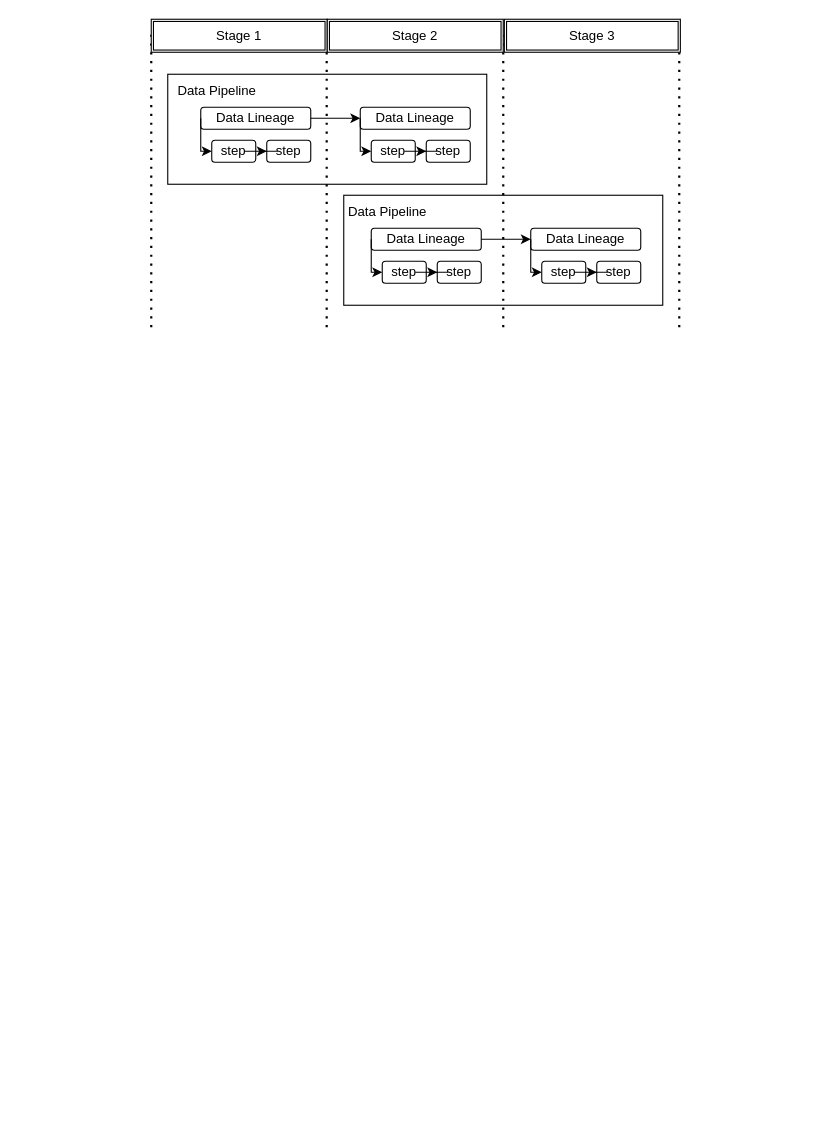
Above: Untitled Diagram.drawio in huynx81/huynx81 (draw.io), before the change. Source tidied: cells renumbered, new cells numbered last; positions are measured from the earlier drawing's top-left corner, leaving out a move shared by most shapes. Both pictures are drawn from the tidied source at 110%, with x=0, y=0 at pixel (151, 19).
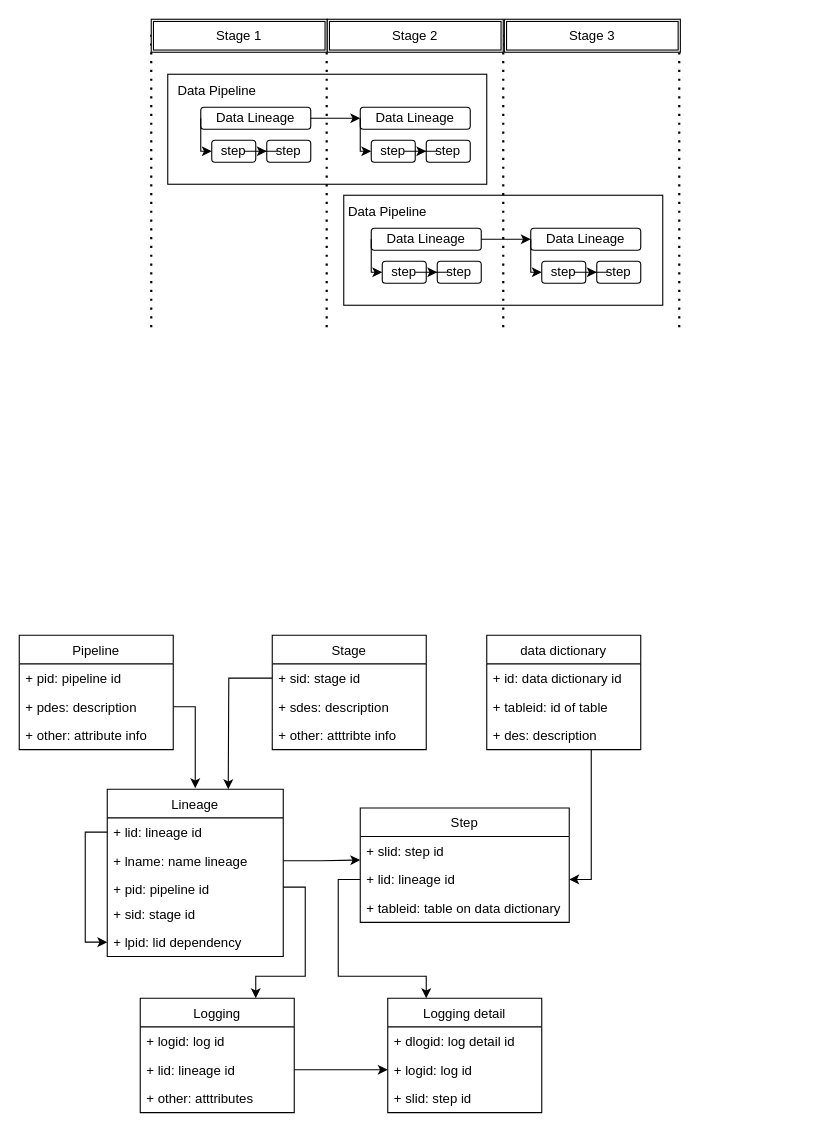
The same page after the edit.

The edit, as a diff of the source:
```diff
@@
+    <mxCell id="41" value="Pipeline" style="swimlane;fontStyle=0;horizontal=1;startSize=26;fillColor=none;" parent="1" vertex="1">
+      <mxGeometry x="-120" y="560" width="140" height="104" as="geometry" />
+    </mxCell>
+    <mxCell id="42" value="+ pid: pipeline id" style="text;strokeColor=none;fillColor=none;align=left;verticalAlign=top;spacingLeft=4;spacingRight=4;overflow=hidden;" parent="41" vertex="1">
+      <mxGeometry y="26" width="140" height="26" as="geometry" />
+    </mxCell>
+    <mxCell id="43" value="+ pdes: description" style="text;strokeColor=none;fillColor=none;align=left;verticalAlign=top;spacingLeft=4;spacingRight=4;overflow=hidden;points=[[0,0.5],[1,0.5]];portConstraint=eastwest;" parent="41" vertex="1">
+      <mxGeometry y="52" width="140" height="26" as="geometry" />
+    </mxCell>
+    <mxCell id="44" value="+ other: attribute info" style="text;strokeColor=none;fillColor=none;align=left;verticalAlign=top;spacingLeft=4;spacingRight=4;overflow=hidden;" parent="41" vertex="1">
+      <mxGeometry y="78" width="140" height="26" as="geometry" />
+    </mxCell>
+    <mxCell id="45" value="Stage" style="swimlane;fontStyle=0;horizontal=1;startSize=26;fillColor=none;" parent="1" vertex="1">
+      <mxGeometry x="110" y="560" width="140" height="104" as="geometry" />
+    </mxCell>
+    <mxCell id="46" value="+ sid: stage id" style="text;strokeColor=none;fillColor=none;align=left;verticalAlign=top;spacingLeft=4;spacingRight=4;overflow=hidden;points=[[0,0.5],[1,0.5]];portConstraint=eastwest;" parent="45" vertex="1">
+      <mxGeometry y="26" width="140" height="26" as="geometry" />
+    </mxCell>
+    <mxCell id="47" value="+ sdes: description" style="text;strokeColor=none;fillColor=none;align=left;verticalAlign=top;spacingLeft=4;spacingRight=4;overflow=hidden;" parent="45" vertex="1">
+      <mxGeometry y="52" width="140" height="26" as="geometry" />
+    </mxCell>
+    <mxCell id="48" value="+ other: atttribte info" style="text;strokeColor=none;fillColor=none;align=left;verticalAlign=top;spacingLeft=4;spacingRight=4;overflow=hidden;" parent="45" vertex="1">
+      <mxGeometry y="78" width="140" height="26" as="geometry" />
+    </mxCell>
+    <mxCell id="49" value="Lineage" style="swimlane;fontStyle=0;horizontal=1;startSize=26;fillColor=none;" parent="1" vertex="1">
+      <mxGeometry x="-40" y="700" width="160" height="152" as="geometry" />
+    </mxCell>
+    <mxCell id="50" style="edgeStyle=orthogonalEdgeStyle;rounded=0;jettySize=auto;html=1;entryX=0;entryY=0.5;entryDx=0;entryDy=0;" parent="49" edge="1" source="51" target="55">
+      <mxGeometry relative="1" as="geometry" />
+    </mxCell>
+    <mxCell id="51" value="+ lid: lineage id" style="text;strokeColor=none;fillColor=none;align=left;verticalAlign=top;spacingLeft=4;spacingRight=4;overflow=hidden;points=[[0,0.5],[1,0.5]];portConstraint=eastwest;" parent="49" vertex="1">
+      <mxGeometry y="26" width="160" height="26" as="geometry" />
+    </mxCell>
+    <mxCell id="52" value="+ lname: name lineage" style="text;strokeColor=none;fillColor=none;align=left;verticalAlign=top;spacingLeft=4;spacingRight=4;overflow=hidden;points=[[0,0.5],[1,0.5]];portConstraint=eastwest;" parent="49" vertex="1">
+      <mxGeometry y="52" width="160" height="26" as="geometry" />
+    </mxCell>
+    <mxCell id="53" value="+ pid: pipeline id" style="text;strokeColor=none;fillColor=none;align=left;verticalAlign=top;spacingLeft=4;spacingRight=4;overflow=hidden;points=[[0,0.5],[1,0.5]];portConstraint=eastwest;" parent="49" vertex="1">
+      <mxGeometry y="78" width="160" height="22" as="geometry" />
+    </mxCell>
+    <mxCell id="54" value="+ sid: stage id" style="text;strokeColor=none;fillColor=none;align=left;verticalAlign=top;spacingLeft=4;spacingRight=4;overflow=hidden;" parent="49" vertex="1">
+      <mxGeometry y="100" width="160" height="26" as="geometry" />
+    </mxCell>
+    <mxCell id="55" value="+ lpid: lid dependency" style="text;strokeColor=none;fillColor=none;align=left;verticalAlign=top;spacingLeft=4;spacingRight=4;overflow=hidden;points=[[0,0.5],[1,0.5]];portConstraint=eastwest;" parent="49" vertex="1">
+      <mxGeometry y="126" width="160" height="26" as="geometry" />
+    </mxCell>
+    <mxCell id="56" value="Step" style="swimlane;fontStyle=0;horizontal=1;startSize=26;fillColor=none;" parent="1" vertex="1">
+      <mxGeometry x="190" y="717" width="190" height="104" as="geometry" />
+    </mxCell>
+    <mxCell id="57" value="+ slid: step id" style="text;strokeColor=none;fillColor=none;align=left;verticalAlign=top;spacingLeft=4;spacingRight=4;overflow=hidden;points=[[0,0.5],[1,0.5]];portConstraint=eastwest;" parent="56" vertex="1">
+      <mxGeometry y="26" width="190" height="26" as="geometry" />
+    </mxCell>
+    <mxCell id="58" value="+ lid: lineage id" style="text;strokeColor=none;fillColor=none;align=left;verticalAlign=top;spacingLeft=4;spacingRight=4;overflow=hidden;points=[[0,0.5],[1,0.5]];portConstraint=eastwest;" parent="56" vertex="1">
+      <mxGeometry y="52" width="190" height="26" as="geometry" />
+    </mxCell>
+    <mxCell id="59" value="+ tableid: table on data dictionary" style="text;strokeColor=none;fillColor=none;align=left;verticalAlign=top;spacingLeft=4;spacingRight=4;overflow=hidden;" parent="56" vertex="1">
+      <mxGeometry y="78" width="190" height="26" as="geometry" />
+    </mxCell>
+    <mxCell id="60" value="Logging detail" style="swimlane;fontStyle=0;horizontal=1;startSize=26;fillColor=none;" parent="1" vertex="1">
+      <mxGeometry x="215" y="890" width="140" height="104" as="geometry" />
+    </mxCell>
+    <mxCell id="61" value="+ dlogid: log detail id" style="text;strokeColor=none;fillColor=none;align=left;verticalAlign=top;spacingLeft=4;spacingRight=4;overflow=hidden;" parent="60" vertex="1">
+      <mxGeometry y="26" width="140" height="26" as="geometry" />
+    </mxCell>
+    <mxCell id="62" value="+ logid: log id" style="text;strokeColor=none;fillColor=none;align=left;verticalAlign=top;spacingLeft=4;spacingRight=4;overflow=hidden;points=[[0,0.5],[1,0.5]];portConstraint=eastwest;" parent="60" vertex="1">
+      <mxGeometry y="52" width="140" height="26" as="geometry" />
+    </mxCell>
+    <mxCell id="63" value="+ slid: step id" style="text;strokeColor=none;fillColor=none;align=left;verticalAlign=top;spacingLeft=4;spacingRight=4;overflow=hidden;" parent="60" vertex="1">
+      <mxGeometry y="78" width="140" height="26" as="geometry" />
+    </mxCell>
+    <mxCell id="64" value="Logging" style="swimlane;fontStyle=0;horizontal=1;startSize=26;fillColor=none;" parent="1" vertex="1">
+      <mxGeometry x="-10" y="890" width="140" height="104" as="geometry" />
+    </mxCell>
+    <mxCell id="65" value="+ logid: log id" style="text;strokeColor=none;fillColor=none;align=left;verticalAlign=top;spacingLeft=4;spacingRight=4;overflow=hidden;" parent="64" vertex="1">
+      <mxGeometry y="26" width="140" height="26" as="geometry" />
+    </mxCell>
+    <mxCell id="66" value="+ lid: lineage id" style="text;strokeColor=none;fillColor=none;align=left;verticalAlign=top;spacingLeft=4;spacingRight=4;overflow=hidden;points=[[0,0.5],[1,0.5]];portConstraint=eastwest;" parent="64" vertex="1">
+      <mxGeometry y="52" width="140" height="26" as="geometry" />
+    </mxCell>
+    <mxCell id="67" value="+ other: atttributes" style="text;strokeColor=none;fillColor=none;align=left;verticalAlign=top;spacingLeft=4;spacingRight=4;overflow=hidden;" parent="64" vertex="1">
+      <mxGeometry y="78" width="140" height="26" as="geometry" />
+    </mxCell>
+    <mxCell id="68" value="data dictionary" style="swimlane;fontStyle=0;horizontal=1;startSize=26;fillColor=none;" parent="1" vertex="1">
+      <mxGeometry x="305" y="560" width="140" height="104" as="geometry" />
+    </mxCell>
+    <mxCell id="69" value="+ id: data dictionary id" style="text;strokeColor=none;fillColor=none;align=left;verticalAlign=top;spacingLeft=4;spacingRight=4;overflow=hidden;" parent="68" vertex="1">
+      <mxGeometry y="26" width="140" height="26" as="geometry" />
+    </mxCell>
+    <mxCell id="70" value="+ tableid: id of table" style="text;strokeColor=none;fillColor=none;align=left;verticalAlign=top;spacingLeft=4;spacingRight=4;overflow=hidden;" parent="68" vertex="1">
+      <mxGeometry y="52" width="140" height="26" as="geometry" />
+    </mxCell>
+    <mxCell id="71" value="+ des: description" style="text;strokeColor=none;fillColor=none;align=left;verticalAlign=top;spacingLeft=4;spacingRight=4;overflow=hidden;points=[[0,0.5],[1,0.5]];portConstraint=eastwest;" parent="68" vertex="1">
+      <mxGeometry y="78" width="140" height="26" as="geometry" />
+    </mxCell>
+    <mxCell id="72" style="edgeStyle=orthogonalEdgeStyle;rounded=0;jettySize=auto;html=1;entryX=0;entryY=0.821;entryDx=0;entryDy=0;entryPerimeter=0;exitX=1;exitY=0.5;exitDx=0;exitDy=0;" parent="1" edge="1" source="52" target="57">
+      <mxGeometry relative="1" as="geometry" />
+    </mxCell>
+    <mxCell id="73" style="edgeStyle=orthogonalEdgeStyle;rounded=0;jettySize=auto;html=1;entryX=1;entryY=0.5;entryDx=0;entryDy=0;" parent="1" edge="1" source="71" target="58">
+      <mxGeometry relative="1" as="geometry">
+        <Array as="points">
+          <mxPoint x="400" y="782" />
+        </Array>
+      </mxGeometry>
+    </mxCell>
+    <mxCell id="74" style="edgeStyle=orthogonalEdgeStyle;rounded=0;jettySize=auto;html=1;" parent="1" edge="1" source="43">
+      <mxGeometry relative="1" as="geometry">
+        <mxPoint x="40" y="699" as="targetPoint" />
+        <Array as="points">
+          <mxPoint x="40" y="625" />
+          <mxPoint x="40" y="699" />
+        </Array>
+      </mxGeometry>
+    </mxCell>
+    <mxCell id="75" style="edgeStyle=orthogonalEdgeStyle;rounded=0;jettySize=auto;html=1;" parent="1" edge="1" source="46">
+      <mxGeometry relative="1" as="geometry">
+        <mxPoint x="70" y="700" as="targetPoint" />
+      </mxGeometry>
+    </mxCell>
+    <mxCell id="76" style="edgeStyle=orthogonalEdgeStyle;rounded=0;jettySize=auto;html=1;entryX=0.75;entryY=0;entryDx=0;entryDy=0;exitX=1;exitY=0.5;exitDx=0;exitDy=0;" parent="1" edge="1" source="53" target="64">
+      <mxGeometry relative="1" as="geometry">
+        <Array as="points">
+          <mxPoint x="140" y="789" />
+          <mxPoint x="140" y="870" />
+          <mxPoint x="95" y="870" />
+        </Array>
+      </mxGeometry>
+    </mxCell>
+    <mxCell id="77" style="edgeStyle=orthogonalEdgeStyle;rounded=0;jettySize=auto;html=1;" parent="1" edge="1" source="58" target="60">
+      <mxGeometry relative="1" as="geometry">
+        <Array as="points">
+          <mxPoint x="170" y="782" />
+          <mxPoint x="170" y="870" />
+          <mxPoint x="250" y="870" />
+        </Array>
+      </mxGeometry>
+    </mxCell>
+    <mxCell id="78" style="edgeStyle=orthogonalEdgeStyle;rounded=0;jettySize=auto;html=1;entryX=0;entryY=0.5;entryDx=0;entryDy=0;" parent="1" edge="1" source="66" target="62">
+      <mxGeometry relative="1" as="geometry" />
+    </mxCell>
```
